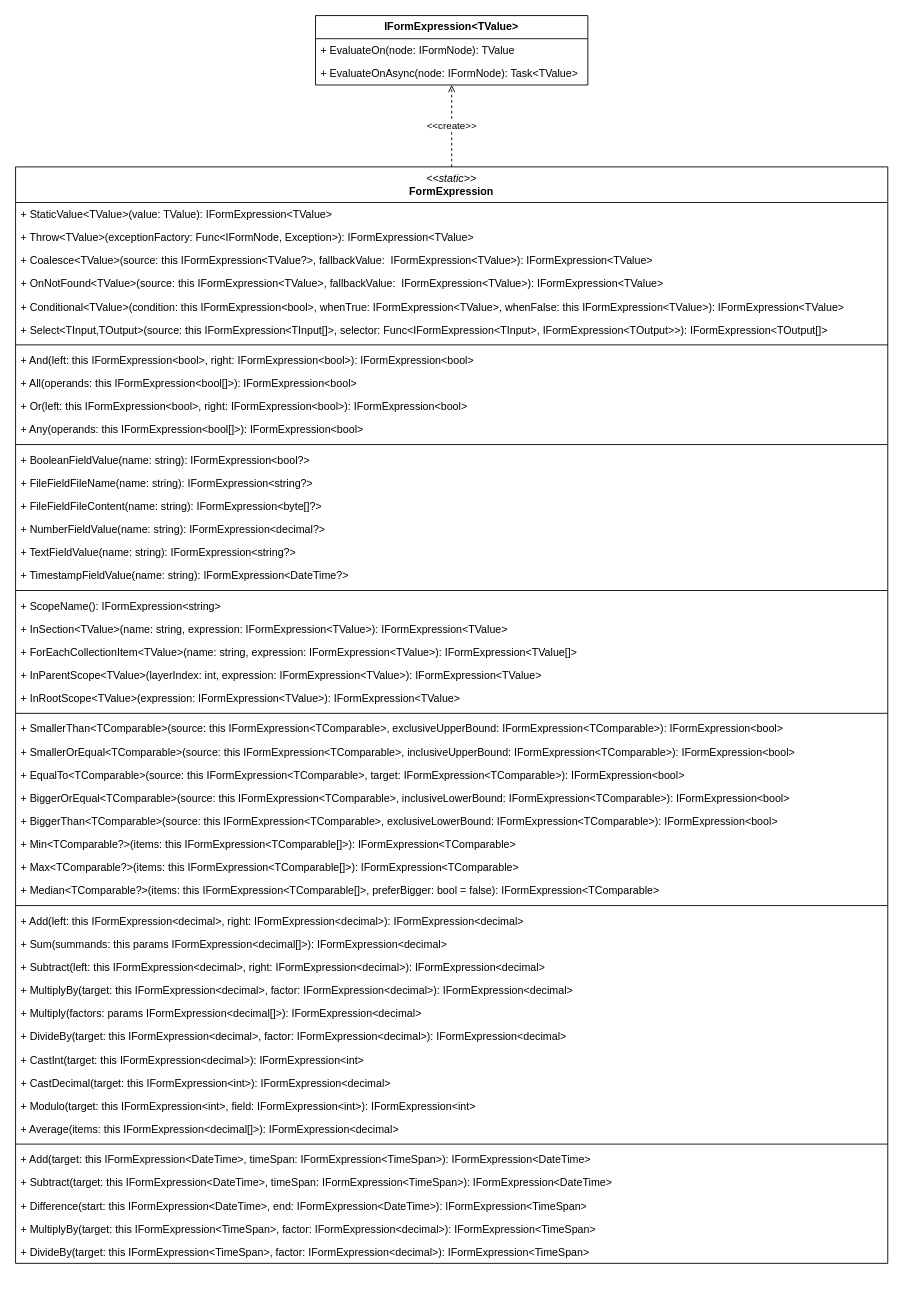
This is doc/forms-concept/expressions.drawio from RGXStorm281/common, a draw.io file, before an edit. Source tidied: cells renumbered, new cells numbered last; positions are measured from the earlier drawing's top-left corner, leaving out a move shared by most shapes. Both pictures are drawn from the tidied source at 89%, with x=0, y=0 at pixel (15, 15).
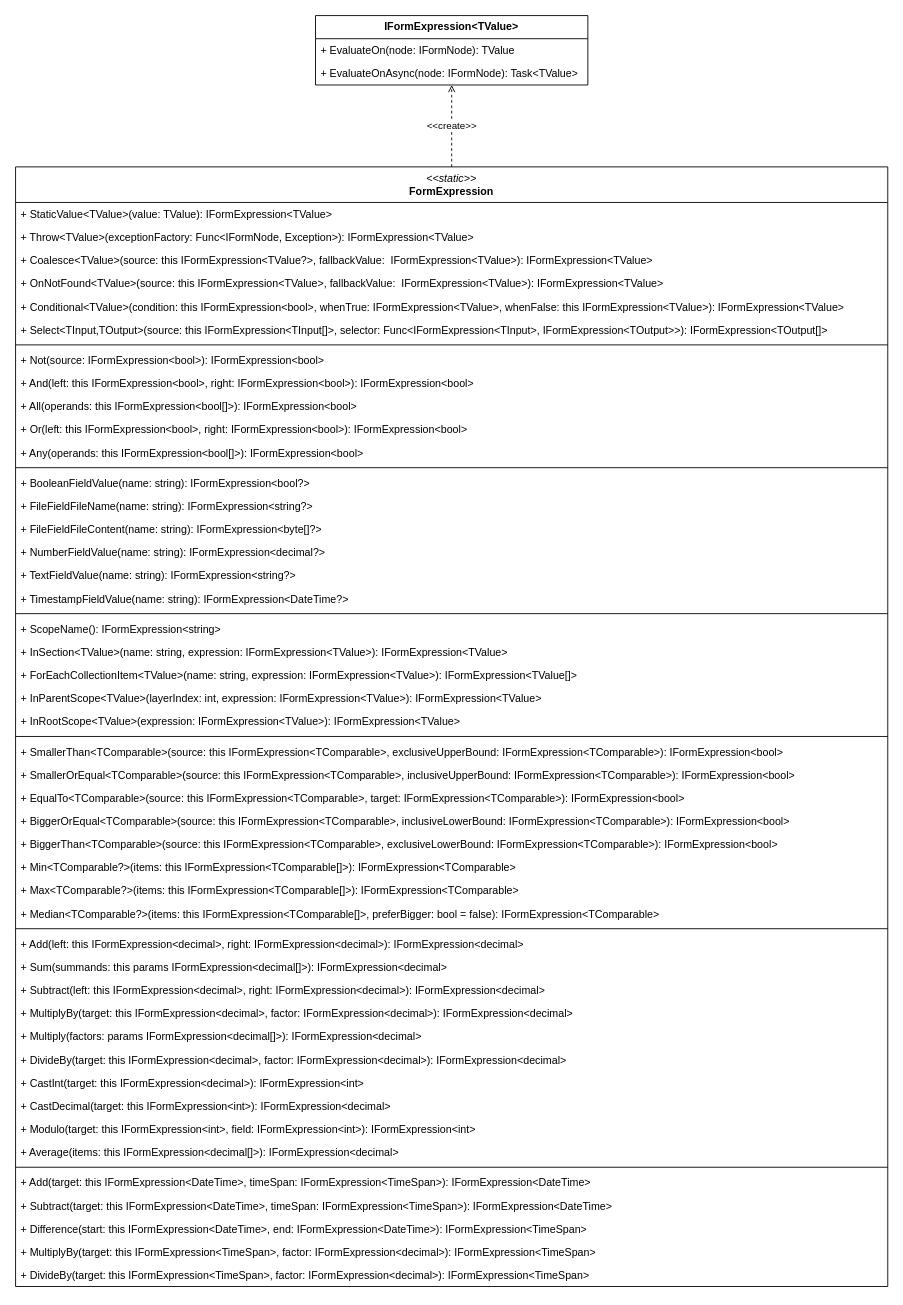
After the change.

What changed in the source:
```diff
@@
     <mxCell id="6" value="&lt;i&gt;&amp;lt;&amp;lt;static&amp;gt;&amp;gt;&lt;/i&gt;&lt;br&gt;&lt;b&gt;FormExpression&lt;/b&gt;" style="swimlane;fontStyle=0;horizontal=1;startSize=40;fillColor=none;whiteSpace=wrap;html=1;" parent="1" vertex="1">
-      <mxGeometry y="170" width="980" height="1232" as="geometry" />
+      <mxGeometry y="170" width="980" height="1258" as="geometry" />
     </mxCell>
@@
+    <mxCell id="57" value="+ Not(source: IFormExpression&amp;lt;bool&amp;gt;): IFormExpression&amp;lt;bool&amp;gt;" style="text;strokeColor=none;fillColor=none;align=left;verticalAlign=top;spacingLeft=4;spacingRight=4;overflow=hidden;whiteSpace=wrap;html=1;" parent="6" vertex="1">
+      <mxGeometry y="204" width="980" height="26" as="geometry" />
+    </mxCell>
     <mxCell id="14" value="+ And(left: this IFormExpression&amp;lt;bool&amp;gt;, right: IFormExpression&amp;lt;bool&amp;gt;): IFormExpression&amp;lt;bool&amp;gt;" style="text;strokeColor=none;fillColor=none;align=left;verticalAlign=top;spacingLeft=4;spacingRight=4;overflow=hidden;whiteSpace=wrap;html=1;" parent="6" vertex="1">
-      <mxGeometry y="204" width="980" height="26" as="geometry" />
+      <mxGeometry y="230" width="980" height="26" as="geometry" />
     </mxCell>
     <mxCell id="15" value="+ All(operands: this IFormExpression&amp;lt;bool[]&amp;gt;): IFormExpression&amp;lt;bool&amp;gt;" style="text;strokeColor=none;fillColor=none;align=left;verticalAlign=top;spacingLeft=4;spacingRight=4;overflow=hidden;whiteSpace=wrap;html=1;" parent="6" vertex="1">
-      <mxGeometry y="230" width="980" height="26" as="geometry" />
+      <mxGeometry y="256" width="980" height="26" as="geometry" />
     </mxCell>
     <mxCell id="16" value="+ Or(left: this IFormExpression&amp;lt;bool&amp;gt;, right: IFormExpression&amp;lt;bool&amp;gt;): IFormExpression&amp;lt;bool&amp;gt;" style="text;strokeColor=none;fillColor=none;align=left;verticalAlign=top;spacingLeft=4;spacingRight=4;overflow=hidden;whiteSpace=wrap;html=1;" parent="6" vertex="1">
-      <mxGeometry y="256" width="980" height="26" as="geometry" />
+      <mxGeometry y="282" width="980" height="26" as="geometry" />
     </mxCell>
     <mxCell id="17" value="+ Any(operands: this IFormExpression&amp;lt;bool[]&amp;gt;): IFormExpression&amp;lt;bool&amp;gt;" style="text;strokeColor=none;fillColor=none;align=left;verticalAlign=top;spacingLeft=4;spacingRight=4;overflow=hidden;whiteSpace=wrap;html=1;" parent="6" vertex="1">
-      <mxGeometry y="282" width="980" height="26" as="geometry" />
+      <mxGeometry y="308" width="980" height="26" as="geometry" />
     </mxCell>
     <mxCell id="18" style="line;strokeWidth=1;fillColor=none;align=left;verticalAlign=middle;spacingTop=-1;spacingLeft=3;spacingRight=3;labelPosition=right;strokeColor=inherit;" parent="6" vertex="1">
-      <mxGeometry y="308" width="980" height="8" as="geometry" />
+      <mxGeometry y="334" width="980" height="8" as="geometry" />
     </mxCell>
     <mxCell id="19" value="+ BooleanFieldValue(name: string): IFormExpression&amp;lt;bool?&amp;gt;" style="text;strokeColor=none;fillColor=none;align=left;verticalAlign=top;spacingLeft=4;spacingRight=4;overflow=hidden;whiteSpace=wrap;html=1;" parent="6" vertex="1">
-      <mxGeometry y="316" width="980" height="26" as="geometry" />
+      <mxGeometry y="342" width="980" height="26" as="geometry" />
     </mxCell>
     <mxCell id="20" value="+ FileFieldFileName(name: string): IFormExpression&amp;lt;string?&amp;gt;" style="text;strokeColor=none;fillColor=none;align=left;verticalAlign=top;spacingLeft=4;spacingRight=4;overflow=hidden;whiteSpace=wrap;html=1;" parent="6" vertex="1">
-      <mxGeometry y="342" width="980" height="26" as="geometry" />
+      <mxGeometry y="368" width="980" height="26" as="geometry" />
     </mxCell>
     <mxCell id="21" value="+ FileFieldFileContent(name: string): IFormExpression&amp;lt;byte[]?&amp;gt;" style="text;strokeColor=none;fillColor=none;align=left;verticalAlign=top;spacingLeft=4;spacingRight=4;overflow=hidden;whiteSpace=wrap;html=1;" parent="6" vertex="1">
-      <mxGeometry y="368" width="980" height="26" as="geometry" />
+      <mxGeometry y="394" width="980" height="26" as="geometry" />
     </mxCell>
     <mxCell id="22" value="+ NumberFieldValue(name: string): IFormExpression&amp;lt;decimal?&amp;gt;" style="text;strokeColor=none;fillColor=none;align=left;verticalAlign=top;spacingLeft=4;spacingRight=4;overflow=hidden;whiteSpace=wrap;html=1;" parent="6" vertex="1">
-      <mxGeometry y="394" width="980" height="26" as="geometry" />
+      <mxGeometry y="420" width="980" height="26" as="geometry" />
     </mxCell>
     <mxCell id="23" value="+ TextFieldValue(name: string): IFormExpression&amp;lt;string?&amp;gt;" style="text;strokeColor=none;fillColor=none;align=left;verticalAlign=top;spacingLeft=4;spacingRight=4;overflow=hidden;whiteSpace=wrap;html=1;" parent="6" vertex="1">
-      <mxGeometry y="420" width="980" height="26" as="geometry" />
+      <mxGeometry y="446" width="980" height="26" as="geometry" />
     </mxCell>
     <mxCell id="24" value="+ TimestampFieldValue(name: string): IFormExpression&amp;lt;DateTime?&amp;gt;" style="text;strokeColor=none;fillColor=none;align=left;verticalAlign=top;spacingLeft=4;spacingRight=4;overflow=hidden;whiteSpace=wrap;html=1;" parent="6" vertex="1">
-      <mxGeometry y="446" width="980" height="26" as="geometry" />
+      <mxGeometry y="472" width="980" height="26" as="geometry" />
     </mxCell>
     <mxCell id="25" style="line;strokeWidth=1;fillColor=none;align=left;verticalAlign=middle;spacingTop=-1;spacingLeft=3;spacingRight=3;labelPosition=right;strokeColor=inherit;" parent="6" vertex="1">
-      <mxGeometry y="472" width="980" height="8" as="geometry" />
+      <mxGeometry y="498" width="980" height="8" as="geometry" />
     </mxCell>
     <mxCell id="26" value="+ ScopeName(): IFormExpression&amp;lt;string&amp;gt;" style="text;strokeColor=none;fillColor=none;align=left;verticalAlign=top;spacingLeft=4;spacingRight=4;overflow=hidden;whiteSpace=wrap;html=1;" parent="6" vertex="1">
-      <mxGeometry y="480" width="980" height="26" as="geometry" />
+      <mxGeometry y="506" width="980" height="26" as="geometry" />
     </mxCell>
     <mxCell id="27" value="+ InSection&amp;lt;TValue&amp;gt;(name: string, expression: IFormExpression&amp;lt;TValue&amp;gt;): IFormExpression&amp;lt;TValue&amp;gt;" style="text;strokeColor=none;fillColor=none;align=left;verticalAlign=top;spacingLeft=4;spacingRight=4;overflow=hidden;whiteSpace=wrap;html=1;" parent="6" vertex="1">
-      <mxGeometry y="506" width="980" height="26" as="geometry" />
+      <mxGeometry y="532" width="980" height="26" as="geometry" />
     </mxCell>
     <mxCell id="28" value="+ ForEachCollectionItem&amp;lt;TValue&amp;gt;(name: string, expression: IFormExpression&amp;lt;TValue&amp;gt;): IFormExpression&amp;lt;TValue[]&amp;gt;" style="text;strokeColor=none;fillColor=none;align=left;verticalAlign=top;spacingLeft=4;spacingRight=4;overflow=hidden;whiteSpace=wrap;html=1;" parent="6" vertex="1">
-      <mxGeometry y="532" width="980" height="26" as="geometry" />
+      <mxGeometry y="558" width="980" height="26" as="geometry" />
     </mxCell>
     <mxCell id="29" value="+ InParentScope&amp;lt;TValue&amp;gt;(layerIndex: int, expression: IFormExpression&amp;lt;TValue&amp;gt;): IFormExpression&amp;lt;TValue&amp;gt;" style="text;strokeColor=none;fillColor=none;align=left;verticalAlign=top;spacingLeft=4;spacingRight=4;overflow=hidden;whiteSpace=wrap;html=1;" parent="6" vertex="1">
-      <mxGeometry y="558" width="980" height="26" as="geometry" />
+      <mxGeometry y="584" width="980" height="26" as="geometry" />
     </mxCell>
     <mxCell id="30" value="+ InRootScope&amp;lt;TValue&amp;gt;(expression: IFormExpression&amp;lt;TValue&amp;gt;): IFormExpression&amp;lt;TValue&amp;gt;" style="text;strokeColor=none;fillColor=none;align=left;verticalAlign=top;spacingLeft=4;spacingRight=4;overflow=hidden;whiteSpace=wrap;html=1;" parent="6" vertex="1">
-      <mxGeometry y="584" width="980" height="26" as="geometry" />
+      <mxGeometry y="610" width="980" height="26" as="geometry" />
     </mxCell>
     <mxCell id="31" style="line;strokeWidth=1;fillColor=none;align=left;verticalAlign=middle;spacingTop=-1;spacingLeft=3;spacingRight=3;labelPosition=right;strokeColor=inherit;" parent="6" vertex="1">
-      <mxGeometry y="610" width="980" height="8" as="geometry" />
+      <mxGeometry y="636" width="980" height="8" as="geometry" />
     </mxCell>
     <mxCell id="32" value="+ SmallerThan&amp;lt;TComparable&amp;gt;(source: this IFormExpression&amp;lt;TComparable&amp;gt;, exclusiveUpperBound: IFormExpression&amp;lt;TComparable&amp;gt;): IFormExpression&amp;lt;bool&amp;gt;" style="text;strokeColor=none;fillColor=none;align=left;verticalAlign=top;spacingLeft=4;spacingRight=4;overflow=hidden;whiteSpace=wrap;html=1;" parent="6" vertex="1">
-      <mxGeometry y="618" width="980" height="26" as="geometry" />
+      <mxGeometry y="644" width="980" height="26" as="geometry" />
     </mxCell>
     <mxCell id="33" value="+ SmallerOrEqual&amp;lt;TComparable&amp;gt;(source: this IFormExpression&amp;lt;TComparable&amp;gt;, inclusiveUpperBound: IFormExpression&amp;lt;TComparable&amp;gt;): IFormExpression&amp;lt;bool&amp;gt;" style="text;strokeColor=none;fillColor=none;align=left;verticalAlign=top;spacingLeft=4;spacingRight=4;overflow=hidden;whiteSpace=wrap;html=1;" parent="6" vertex="1">
-      <mxGeometry y="644" width="980" height="26" as="geometry" />
+      <mxGeometry y="670" width="980" height="26" as="geometry" />
     </mxCell>
     <mxCell id="34" value="+ EqualTo&amp;lt;TComparable&amp;gt;(source: this IFormExpression&amp;lt;TComparable&amp;gt;, target: IFormExpression&amp;lt;TComparable&amp;gt;): IFormExpression&amp;lt;bool&amp;gt;" style="text;strokeColor=none;fillColor=none;align=left;verticalAlign=top;spacingLeft=4;spacingRight=4;overflow=hidden;whiteSpace=wrap;html=1;" parent="6" vertex="1">
-      <mxGeometry y="670" width="980" height="26" as="geometry" />
+      <mxGeometry y="696" width="980" height="26" as="geometry" />
     </mxCell>
     <mxCell id="35" value="+ BiggerOrEqual&amp;lt;TComparable&amp;gt;(source: this IFormExpression&amp;lt;TComparable&amp;gt;, inclusiveLowerBound: IFormExpression&amp;lt;TComparable&amp;gt;): IFormExpression&amp;lt;bool&amp;gt;" style="text;strokeColor=none;fillColor=none;align=left;verticalAlign=top;spacingLeft=4;spacingRight=4;overflow=hidden;whiteSpace=wrap;html=1;" parent="6" vertex="1">
-      <mxGeometry y="696" width="980" height="26" as="geometry" />
+      <mxGeometry y="722" width="980" height="26" as="geometry" />
     </mxCell>
     <mxCell id="36" value="+ BiggerThan&amp;lt;TComparable&amp;gt;(source: this IFormExpression&amp;lt;TComparable&amp;gt;, exclusiveLowerBound: IFormExpression&amp;lt;TComparable&amp;gt;): IFormExpression&amp;lt;bool&amp;gt;" style="text;strokeColor=none;fillColor=none;align=left;verticalAlign=top;spacingLeft=4;spacingRight=4;overflow=hidden;whiteSpace=wrap;html=1;" parent="6" vertex="1">
-      <mxGeometry y="722" width="980" height="26" as="geometry" />
+      <mxGeometry y="748" width="980" height="26" as="geometry" />
     </mxCell>
     <mxCell id="37" value="+ Min&amp;lt;TComparable?&amp;gt;(items: this IFormExpression&amp;lt;TComparable[]&amp;gt;): IFormExpression&amp;lt;TComparable&amp;gt;" style="text;strokeColor=none;fillColor=none;align=left;verticalAlign=top;spacingLeft=4;spacingRight=4;overflow=hidden;whiteSpace=wrap;html=1;" parent="6" vertex="1">
-      <mxGeometry y="748" width="980" height="26" as="geometry" />
+      <mxGeometry y="774" width="980" height="26" as="geometry" />
     </mxCell>
     <mxCell id="38" value="+ Max&amp;lt;TComparable?&amp;gt;(items: this IFormExpression&amp;lt;TComparable[]&amp;gt;): IFormExpression&amp;lt;TComparable&amp;gt;" style="text;strokeColor=none;fillColor=none;align=left;verticalAlign=top;spacingLeft=4;spacingRight=4;overflow=hidden;whiteSpace=wrap;html=1;" parent="6" vertex="1">
-      <mxGeometry y="774" width="980" height="26" as="geometry" />
+      <mxGeometry y="800" width="980" height="26" as="geometry" />
     </mxCell>
     <mxCell id="39" value="+ Median&amp;lt;TComparable?&amp;gt;(items: this IFormExpression&amp;lt;TComparable[]&amp;gt;, preferBigger: bool = false): IFormExpression&amp;lt;TComparable&amp;gt;" style="text;strokeColor=none;fillColor=none;align=left;verticalAlign=top;spacingLeft=4;spacingRight=4;overflow=hidden;whiteSpace=wrap;html=1;" parent="6" vertex="1">
-      <mxGeometry y="800" width="980" height="26" as="geometry" />
+      <mxGeometry y="826" width="980" height="26" as="geometry" />
     </mxCell>
     <mxCell id="40" style="line;strokeWidth=1;fillColor=none;align=left;verticalAlign=middle;spacingTop=-1;spacingLeft=3;spacingRight=3;labelPosition=right;strokeColor=inherit;" parent="6" vertex="1">
-      <mxGeometry y="826" width="980" height="8" as="geometry" />
+      <mxGeometry y="852" width="980" height="8" as="geometry" />
     </mxCell>
     <mxCell id="41" value="+ Add(left: this IFormExpression&amp;lt;decimal&amp;gt;, right: IFormExpression&amp;lt;decimal&amp;gt;): IFormExpression&amp;lt;decimal&amp;gt;" style="text;strokeColor=none;fillColor=none;align=left;verticalAlign=top;spacingLeft=4;spacingRight=4;overflow=hidden;whiteSpace=wrap;html=1;" parent="6" vertex="1">
-      <mxGeometry y="834" width="980" height="26" as="geometry" />
+      <mxGeometry y="860" width="980" height="26" as="geometry" />
     </mxCell>
     <mxCell id="42" value="+ Sum(summands: this params IFormExpression&amp;lt;decimal[]&amp;gt;): IFormExpression&amp;lt;decimal&amp;gt;" style="text;strokeColor=none;fillColor=none;align=left;verticalAlign=top;spacingLeft=4;spacingRight=4;overflow=hidden;whiteSpace=wrap;html=1;" parent="6" vertex="1">
-      <mxGeometry y="860" width="980" height="26" as="geometry" />
+      <mxGeometry y="886" width="980" height="26" as="geometry" />
     </mxCell>
     <mxCell id="43" value="+ Subtract(left: this IFormExpression&amp;lt;decimal&amp;gt;, right: IFormExpression&amp;lt;decimal&amp;gt;): IFormExpression&amp;lt;decimal&amp;gt;" style="text;strokeColor=none;fillColor=none;align=left;verticalAlign=top;spacingLeft=4;spacingRight=4;overflow=hidden;whiteSpace=wrap;html=1;" parent="6" vertex="1">
-      <mxGeometry y="886" width="980" height="26" as="geometry" />
+      <mxGeometry y="912" width="980" height="26" as="geometry" />
     </mxCell>
     <mxCell id="44" value="+ MultiplyBy(target: this IFormExpression&amp;lt;decimal&amp;gt;, factor: IFormExpression&amp;lt;decimal&amp;gt;): IFormExpression&amp;lt;decimal&amp;gt;" style="text;strokeColor=none;fillColor=none;align=left;verticalAlign=top;spacingLeft=4;spacingRight=4;overflow=hidden;whiteSpace=wrap;html=1;" parent="6" vertex="1">
-      <mxGeometry y="912" width="980" height="26" as="geometry" />
+      <mxGeometry y="938" width="980" height="26" as="geometry" />
     </mxCell>
     <mxCell id="45" value="+ Multiply(factors: params IFormExpression&amp;lt;decimal[]&amp;gt;): IFormExpression&amp;lt;decimal&amp;gt;" style="text;strokeColor=none;fillColor=none;align=left;verticalAlign=top;spacingLeft=4;spacingRight=4;overflow=hidden;whiteSpace=wrap;html=1;" parent="6" vertex="1">
-      <mxGeometry y="938" width="980" height="26" as="geometry" />
+      <mxGeometry y="964" width="980" height="26" as="geometry" />
     </mxCell>
     <mxCell id="46" value="+ DivideBy(target: this IFormExpression&amp;lt;decimal&amp;gt;, factor: IFormExpression&amp;lt;decimal&amp;gt;): IFormExpression&amp;lt;decimal&amp;gt;" style="text;strokeColor=none;fillColor=none;align=left;verticalAlign=top;spacingLeft=4;spacingRight=4;overflow=hidden;whiteSpace=wrap;html=1;" parent="6" vertex="1">
-      <mxGeometry y="964" width="980" height="26" as="geometry" />
+      <mxGeometry y="990" width="980" height="26" as="geometry" />
     </mxCell>
     <mxCell id="47" value="+ CastInt(target: this IFormExpression&amp;lt;decimal&amp;gt;): IFormExpression&amp;lt;int&amp;gt;" style="text;strokeColor=none;fillColor=none;align=left;verticalAlign=top;spacingLeft=4;spacingRight=4;overflow=hidden;whiteSpace=wrap;html=1;" parent="6" vertex="1">
-      <mxGeometry y="990" width="980" height="26" as="geometry" />
+      <mxGeometry y="1016" width="980" height="26" as="geometry" />
     </mxCell>
     <mxCell id="48" value="+ CastDecimal(target: this IFormExpression&amp;lt;int&amp;gt;): IFormExpression&amp;lt;decimal&amp;gt;" style="text;strokeColor=none;fillColor=none;align=left;verticalAlign=top;spacingLeft=4;spacingRight=4;overflow=hidden;whiteSpace=wrap;html=1;" parent="6" vertex="1">
-      <mxGeometry y="1016" width="980" height="26" as="geometry" />
+      <mxGeometry y="1042" width="980" height="26" as="geometry" />
     </mxCell>
     <mxCell id="49" value="+ Modulo(target: this IFormExpression&amp;lt;int&amp;gt;, field: IFormExpression&amp;lt;int&amp;gt;): IFormExpression&amp;lt;int&amp;gt;" style="text;strokeColor=none;fillColor=none;align=left;verticalAlign=top;spacingLeft=4;spacingRight=4;overflow=hidden;whiteSpace=wrap;html=1;" parent="6" vertex="1">
-      <mxGeometry y="1042" width="980" height="26" as="geometry" />
+      <mxGeometry y="1068" width="980" height="26" as="geometry" />
     </mxCell>
     <mxCell id="50" value="+ Average(items: this IFormExpression&amp;lt;decimal[]&amp;gt;): IFormExpression&amp;lt;decimal&amp;gt;" style="text;strokeColor=none;fillColor=none;align=left;verticalAlign=top;spacingLeft=4;spacingRight=4;overflow=hidden;whiteSpace=wrap;html=1;" parent="6" vertex="1">
-      <mxGeometry y="1068" width="980" height="26" as="geometry" />
+      <mxGeometry y="1094" width="980" height="26" as="geometry" />
     </mxCell>
     <mxCell id="51" style="line;strokeWidth=1;fillColor=none;align=left;verticalAlign=middle;spacingTop=-1;spacingLeft=3;spacingRight=3;labelPosition=right;strokeColor=inherit;" parent="6" vertex="1">
-      <mxGeometry y="1094" width="980" height="8" as="geometry" />
+      <mxGeometry y="1120" width="980" height="8" as="geometry" />
     </mxCell>
     <mxCell id="52" value="+ Add(target: this IFormExpression&amp;lt;DateTime&amp;gt;, timeSpan: IFormExpression&amp;lt;TimeSpan&amp;gt;): IFormExpression&amp;lt;DateTime&amp;gt;" style="text;strokeColor=none;fillColor=none;align=left;verticalAlign=top;spacingLeft=4;spacingRight=4;overflow=hidden;whiteSpace=wrap;html=1;" parent="6" vertex="1">
-      <mxGeometry y="1102" width="980" height="26" as="geometry" />
+      <mxGeometry y="1128" width="980" height="26" as="geometry" />
     </mxCell>
     <mxCell id="53" value="+ Subtract(target: this IFormExpression&amp;lt;DateTime&amp;gt;, timeSpan: IFormExpression&amp;lt;TimeSpan&amp;gt;): IFormExpression&amp;lt;DateTime&amp;gt;" style="text;strokeColor=none;fillColor=none;align=left;verticalAlign=top;spacingLeft=4;spacingRight=4;overflow=hidden;whiteSpace=wrap;html=1;" parent="6" vertex="1">
-      <mxGeometry y="1128" width="980" height="26" as="geometry" />
+      <mxGeometry y="1154" width="980" height="26" as="geometry" />
     </mxCell>
     <mxCell id="54" value="+ Difference(start: this IFormExpression&amp;lt;DateTime&amp;gt;, end: IFormExpression&amp;lt;DateTime&amp;gt;): IFormExpression&amp;lt;TimeSpan&amp;gt;" style="text;strokeColor=none;fillColor=none;align=left;verticalAlign=top;spacingLeft=4;spacingRight=4;overflow=hidden;whiteSpace=wrap;html=1;" parent="6" vertex="1">
-      <mxGeometry y="1154" width="980" height="26" as="geometry" />
+      <mxGeometry y="1180" width="980" height="26" as="geometry" />
     </mxCell>
     <mxCell id="55" value="+ MultiplyBy(target: this IFormExpression&amp;lt;TimeSpan&amp;gt;, factor: IFormExpression&amp;lt;decimal&amp;gt;): IFormExpression&amp;lt;TimeSpan&amp;gt;" style="text;strokeColor=none;fillColor=none;align=left;verticalAlign=top;spacingLeft=4;spacingRight=4;overflow=hidden;whiteSpace=wrap;html=1;" parent="6" vertex="1">
-      <mxGeometry y="1180" width="980" height="26" as="geometry" />
+      <mxGeometry y="1206" width="980" height="26" as="geometry" />
     </mxCell>
     <mxCell id="56" value="+ DivideBy(target: this IFormExpression&amp;lt;TimeSpan&amp;gt;, factor: IFormExpression&amp;lt;decimal&amp;gt;): IFormExpression&amp;lt;TimeSpan&amp;gt;" style="text;strokeColor=none;fillColor=none;align=left;verticalAlign=top;spacingLeft=4;spacingRight=4;overflow=hidden;whiteSpace=wrap;html=1;" parent="6" vertex="1">
-      <mxGeometry y="1206" width="980" height="26" as="geometry" />
+      <mxGeometry y="1232" width="980" height="26" as="geometry" />
     </mxCell>
```
